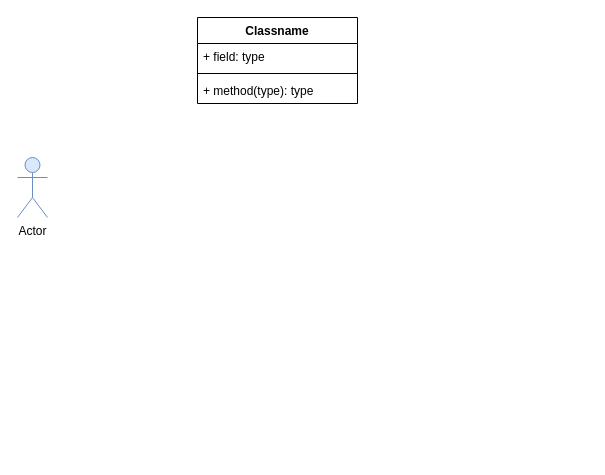
The draw.io diagram 未命名绘图.drawio in andyzhaozhao/drawio, before the edit. Source tidied: cells renumbered, new cells numbered last; positions are measured from the earlier drawing's top-left corner, leaving out a move shared by most shapes. Both pictures are drawn from the tidied source at 100%, with x=0, y=0 at pixel (17, 17). Pictures stored in the file or linked from it are replaced by grey dashed boxes.
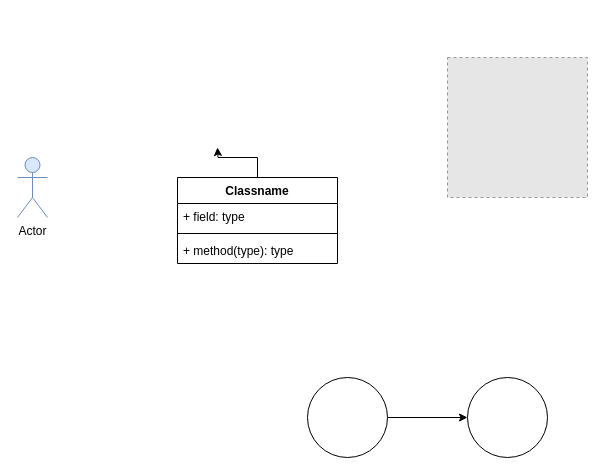
After the change.

Commit message:
更新未命名绘图.drawio

Change to the diagram source:
```diff
@@
 <mxGraphModel>
   <root>
     <mxCell id="0" />
     <mxCell id="1" parent="0" />
     <mxCell id="2" value="Actor" style="shape=umlActor;verticalLabelPosition=bottom;verticalAlign=top;html=1;fillColor=#dae8fc;strokeColor=#6c8ebf;" parent="1" vertex="1">
       <mxGeometry y="140" width="30" height="60" as="geometry" />
     </mxCell>
+    <mxCell id="7" style="edgeStyle=orthogonalEdgeStyle;rounded=0;jettySize=auto;html=1;exitX=0.5;exitY=0;exitDx=0;exitDy=0;" parent="1" edge="1" source="3">
+      <mxGeometry relative="1" as="geometry">
+        <mxPoint x="200" y="130" as="targetPoint" />
+      </mxGeometry>
+    </mxCell>
     <mxCell id="3" value="Classname" style="swimlane;fontStyle=1;align=center;verticalAlign=top;horizontal=1;startSize=26;" parent="1" vertex="1">
-      <mxGeometry x="180" width="160" height="86" as="geometry" />
+      <mxGeometry x="160" y="160" width="160" height="86" as="geometry" />
     </mxCell>
     <mxCell id="4" value="+ field: type" style="text;strokeColor=none;fillColor=none;align=left;verticalAlign=top;spacingLeft=4;spacingRight=4;overflow=hidden;" parent="3" vertex="1">
       <mxGeometry y="26" width="160" height="26" as="geometry" />
     </mxCell>
     <mxCell id="5" style="line;strokeWidth=1;fillColor=none;align=left;verticalAlign=middle;spacingTop=-1;spacingLeft=3;spacingRight=3;labelPosition=right;" parent="3" vertex="1">
       <mxGeometry y="52" width="160" height="8" as="geometry" />
     </mxCell>
     <mxCell id="6" value="+ method(type): type" style="text;strokeColor=none;fillColor=none;align=left;verticalAlign=top;spacingLeft=4;spacingRight=4;overflow=hidden;" parent="3" vertex="1">
       <mxGeometry y="60" width="160" height="26" as="geometry" />
     </mxCell>
+    <mxCell id="8" style="fillColor=#E6E6E6;strokeColor=#999999;dashed=1;verticalLabelPosition=bottom;verticalAlign=top;" parent="1" vertex="1">
+      <mxGeometry x="430" y="40" width="140" height="140" as="geometry" />
+    </mxCell>
+    <mxCell id="9" style="edgeStyle=orthogonalEdgeStyle;rounded=0;jettySize=auto;html=1;" parent="1" edge="1" source="10" target="11">
+      <mxGeometry relative="1" as="geometry" />
+    </mxCell>
+    <mxCell id="10" style="ellipse;whiteSpace=wrap;html=1;" parent="1" vertex="1">
+      <mxGeometry x="290" y="360" width="80" height="80" as="geometry" />
+    </mxCell>
+    <mxCell id="11" style="ellipse;whiteSpace=wrap;html=1;" parent="1" vertex="1">
+      <mxGeometry x="450" y="360" width="80" height="80" as="geometry" />
+    </mxCell>
   </root>
 </mxGraphModel>
```
